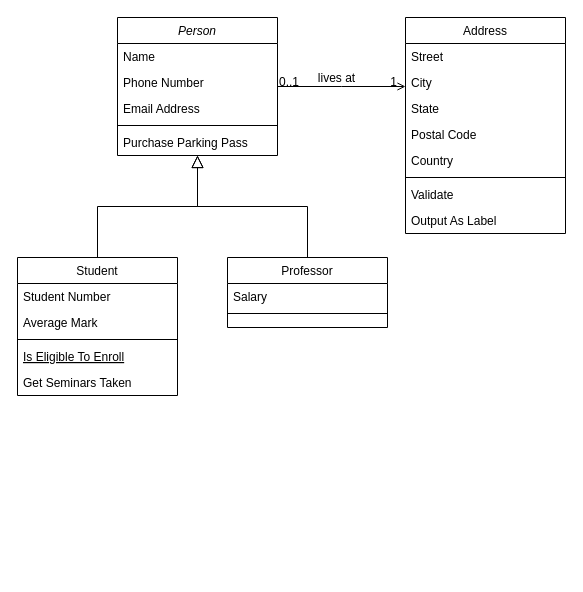
Before: Diagrama sem nome.drawio in talls2/javaCards, a draw.io diagram. Source tidied: cells renumbered, new cells numbered last; positions are measured from the earlier drawing's top-left corner, leaving out a move shared by most shapes. Both pictures are drawn from the tidied source at 100%, with x=0, y=0 at pixel (17, 17).
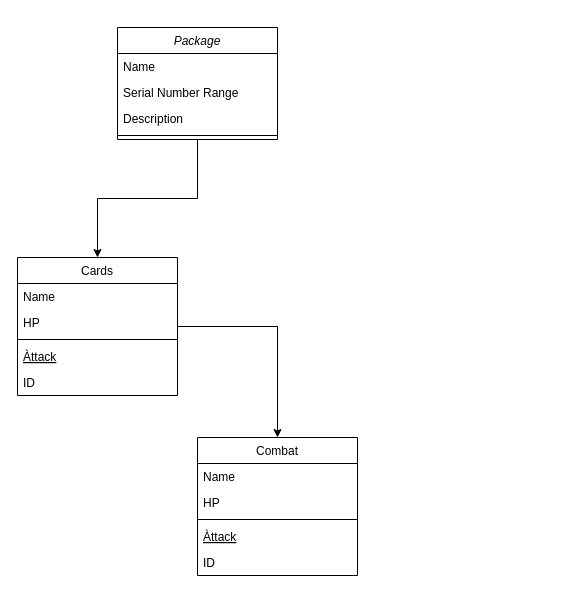
The same page after the edit.

Diff of the diagram source:
```diff
@@
+    <mxCell id="32" style="edgeStyle=orthogonalEdgeStyle;rounded=0;jettySize=auto;html=1;exitX=0.5;exitY=1;exitDx=0;exitDy=0;entryX=0.5;entryY=0;entryDx=0;entryDy=0;" parent="1" edge="1" source="2" target="8">
+      <mxGeometry relative="1" as="geometry" />
+    </mxCell>
-    <mxCell id="2" value="Person" style="swimlane;fontStyle=2;align=center;verticalAlign=top;horizontal=1;startSize=26;rounded=0;shadow=0;strokeWidth=1;" parent="1" vertex="1">
-      <mxGeometry x="100" width="160" height="138" as="geometry" />
+    <mxCell id="2" value="Package" style="swimlane;fontStyle=2;align=center;verticalAlign=top;horizontal=1;startSize=26;rounded=0;shadow=0;strokeWidth=1;" parent="1" vertex="1">
+      <mxGeometry x="100" y="10" width="160" height="112" as="geometry" />
     </mxCell>
@@
-    <mxCell id="4" value="Phone Number" style="text;align=left;verticalAlign=top;spacingLeft=4;spacingRight=4;overflow=hidden;rounded=0;shadow=0;html=0;" parent="2" vertex="1">
+    <mxCell id="4" value="Serial Number Range &#10;" style="text;align=left;verticalAlign=top;spacingLeft=4;spacingRight=4;overflow=hidden;rounded=0;shadow=0;html=0;" parent="2" vertex="1">
       <mxGeometry y="52" width="160" height="26" as="geometry" />
     </mxCell>
-    <mxCell id="5" value="Email Address" style="text;align=left;verticalAlign=top;spacingLeft=4;spacingRight=4;overflow=hidden;rounded=0;shadow=0;html=0;" parent="2" vertex="1">
+    <mxCell id="5" value="Description&#10;" style="text;align=left;verticalAlign=top;spacingLeft=4;spacingRight=4;overflow=hidden;rounded=0;shadow=0;html=0;" parent="2" vertex="1">
       <mxGeometry y="78" width="160" height="26" as="geometry" />
     </mxCell>
@@
-    <mxCell id="7" value="Purchase Parking Pass" style="text;align=left;verticalAlign=top;spacingLeft=4;spacingRight=4;overflow=hidden;" parent="2" vertex="1">
-      <mxGeometry y="112" width="160" height="26" as="geometry" />
-    </mxCell>
+    <mxCell id="33" style="edgeStyle=orthogonalEdgeStyle;rounded=0;jettySize=auto;html=1;" parent="1" edge="1" source="8" target="34">
+      <mxGeometry relative="1" as="geometry" />
+    </mxCell>
-    <mxCell id="8" value="Student" style="swimlane;fontStyle=0;align=center;verticalAlign=top;horizontal=1;startSize=26;rounded=0;shadow=0;strokeWidth=1;" parent="1" vertex="1">
+    <mxCell id="8" value="Cards&#10;" style="swimlane;fontStyle=0;align=center;verticalAlign=top;horizontal=1;startSize=26;rounded=0;shadow=0;strokeWidth=1;" parent="1" vertex="1">
       <mxGeometry y="240" width="160" height="138" as="geometry" />
     </mxCell>
-    <mxCell id="9" value="Student Number" style="text;align=left;verticalAlign=top;spacingLeft=4;spacingRight=4;overflow=hidden;" parent="8" vertex="1">
+    <mxCell id="9" value="Name" style="text;align=left;verticalAlign=top;spacingLeft=4;spacingRight=4;overflow=hidden;" parent="8" vertex="1">
       <mxGeometry y="26" width="160" height="26" as="geometry" />
     </mxCell>
-    <mxCell id="10" value="Average Mark" style="text;align=left;verticalAlign=top;spacingLeft=4;spacingRight=4;overflow=hidden;rounded=0;shadow=0;html=0;" parent="8" vertex="1">
+    <mxCell id="10" value="HP" style="text;align=left;verticalAlign=top;spacingLeft=4;spacingRight=4;overflow=hidden;rounded=0;shadow=0;html=0;" parent="8" vertex="1">
       <mxGeometry y="52" width="160" height="26" as="geometry" />
     </mxCell>
@@
-    <mxCell id="12" value="Is Eligible To Enroll" style="text;align=left;verticalAlign=top;spacingLeft=4;spacingRight=4;overflow=hidden;fontStyle=4;" parent="8" vertex="1">
+    <mxCell id="12" value="Àttack" style="text;align=left;verticalAlign=top;spacingLeft=4;spacingRight=4;overflow=hidden;fontStyle=4;" parent="8" vertex="1">
       <mxGeometry y="86" width="160" height="26" as="geometry" />
     </mxCell>
-    <mxCell id="13" value="Get Seminars Taken" style="text;align=left;verticalAlign=top;spacingLeft=4;spacingRight=4;overflow=hidden;" parent="8" vertex="1">
+    <mxCell id="13" value="ID" style="text;align=left;verticalAlign=top;spacingLeft=4;spacingRight=4;overflow=hidden;" parent="8" vertex="1">
       <mxGeometry y="112" width="160" height="26" as="geometry" />
     </mxCell>
-    <mxCell id="14" style="endArrow=block;endSize=10;endFill=0;shadow=0;strokeWidth=1;rounded=0;edgeStyle=elbowEdgeStyle;elbow=vertical;" parent="1" edge="1" source="8" target="2">
-      <mxGeometry relative="1" as="geometry" />
-    </mxCell>
-    <mxCell id="15" value="Professor" style="swimlane;fontStyle=0;align=center;verticalAlign=top;horizontal=1;startSize=26;rounded=0;shadow=0;strokeWidth=1;" parent="1" vertex="1">
-      <mxGeometry x="210" y="240" width="160" height="70" as="geometry" />
-    </mxCell>
-    <mxCell id="16" value="Salary" style="text;align=left;verticalAlign=top;spacingLeft=4;spacingRight=4;overflow=hidden;" parent="15" vertex="1">
-      <mxGeometry y="26" width="160" height="26" as="geometry" />
-    </mxCell>
-    <mxCell id="17" style="line;html=1;strokeWidth=1;align=left;verticalAlign=middle;spacingTop=-1;spacingLeft=3;spacingRight=3;labelPosition=right;" parent="15" vertex="1">
-      <mxGeometry y="52" width="160" height="8" as="geometry" />
-    </mxCell>
-    <mxCell id="18" style="endArrow=block;endSize=10;endFill=0;shadow=0;strokeWidth=1;rounded=0;edgeStyle=elbowEdgeStyle;elbow=vertical;" parent="1" edge="1" source="15" target="2">
-      <mxGeometry relative="1" as="geometry" />
-    </mxCell>
-    <mxCell id="19" value="Address" style="swimlane;fontStyle=0;align=center;verticalAlign=top;horizontal=1;startSize=26;rounded=0;shadow=0;strokeWidth=1;" parent="1" vertex="1">
-      <mxGeometry x="388" width="160" height="216" as="geometry" />
-    </mxCell>
-    <mxCell id="20" value="Street" style="text;align=left;verticalAlign=top;spacingLeft=4;spacingRight=4;overflow=hidden;" parent="19" vertex="1">
-      <mxGeometry y="26" width="160" height="26" as="geometry" />
-    </mxCell>
-    <mxCell id="21" value="City" style="text;align=left;verticalAlign=top;spacingLeft=4;spacingRight=4;overflow=hidden;rounded=0;shadow=0;html=0;" parent="19" vertex="1">
-      <mxGeometry y="52" width="160" height="26" as="geometry" />
-    </mxCell>
-    <mxCell id="22" value="State" style="text;align=left;verticalAlign=top;spacingLeft=4;spacingRight=4;overflow=hidden;rounded=0;shadow=0;html=0;" parent="19" vertex="1">
-      <mxGeometry y="78" width="160" height="26" as="geometry" />
-    </mxCell>
-    <mxCell id="23" value="Postal Code" style="text;align=left;verticalAlign=top;spacingLeft=4;spacingRight=4;overflow=hidden;rounded=0;shadow=0;html=0;" parent="19" vertex="1">
-      <mxGeometry y="104" width="160" height="26" as="geometry" />
-    </mxCell>
-    <mxCell id="24" value="Country" style="text;align=left;verticalAlign=top;spacingLeft=4;spacingRight=4;overflow=hidden;rounded=0;shadow=0;html=0;" parent="19" vertex="1">
-      <mxGeometry y="130" width="160" height="26" as="geometry" />
-    </mxCell>
-    <mxCell id="25" style="line;html=1;strokeWidth=1;align=left;verticalAlign=middle;spacingTop=-1;spacingLeft=3;spacingRight=3;labelPosition=right;" parent="19" vertex="1">
-      <mxGeometry y="156" width="160" height="8" as="geometry" />
-    </mxCell>
-    <mxCell id="26" value="Validate" style="text;align=left;verticalAlign=top;spacingLeft=4;spacingRight=4;overflow=hidden;" parent="19" vertex="1">
-      <mxGeometry y="164" width="160" height="26" as="geometry" />
-    </mxCell>
-    <mxCell id="27" value="Output As Label" style="text;align=left;verticalAlign=top;spacingLeft=4;spacingRight=4;overflow=hidden;" parent="19" vertex="1">
-      <mxGeometry y="190" width="160" height="26" as="geometry" />
-    </mxCell>
-    <mxCell id="28" style="endArrow=open;shadow=0;strokeWidth=1;rounded=0;endFill=1;edgeStyle=elbowEdgeStyle;elbow=vertical;" parent="1" edge="1" source="2" target="19">
-      <mxGeometry x="0.5" y="41" relative="1" as="geometry">
-        <mxPoint x="-40" y="32" as="offset" />
-      </mxGeometry>
-    </mxCell>
-    <mxCell id="29" value="0..1" style="align=left;verticalAlign=bottom;labelBackgroundColor=none;fontSize=12;" parent="28" vertex="1">
-      <mxGeometry x="-1" relative="1" as="geometry">
-        <mxPoint y="4" as="offset" />
-      </mxGeometry>
-    </mxCell>
-    <mxCell id="30" value="1" style="align=right;verticalAlign=bottom;labelBackgroundColor=none;fontSize=12;" parent="28" vertex="1">
-      <mxGeometry x="1" relative="1" as="geometry">
-        <mxPoint x="-7" y="4" as="offset" />
-      </mxGeometry>
-    </mxCell>
-    <mxCell id="31" value="lives at" style="text;html=1;align=center;verticalAlign=middle;labelBackgroundColor=none;rounded=0;shadow=0;strokeWidth=1;fontSize=12;" parent="28" vertex="1">
-      <mxGeometry x="0.5" y="49" relative="1" as="geometry">
-        <mxPoint x="-38" y="40" as="offset" />
-      </mxGeometry>
-    </mxCell>
+    <mxCell id="34" value="Combat" style="swimlane;fontStyle=0;align=center;verticalAlign=top;horizontal=1;startSize=26;rounded=0;shadow=0;strokeWidth=1;" parent="1" vertex="1">
+      <mxGeometry x="180" y="420" width="160" height="138" as="geometry" />
+    </mxCell>
+    <mxCell id="35" value="Name" style="text;align=left;verticalAlign=top;spacingLeft=4;spacingRight=4;overflow=hidden;" parent="34" vertex="1">
+      <mxGeometry y="26" width="160" height="26" as="geometry" />
+    </mxCell>
+    <mxCell id="36" value="HP" style="text;align=left;verticalAlign=top;spacingLeft=4;spacingRight=4;overflow=hidden;rounded=0;shadow=0;html=0;" parent="34" vertex="1">
+      <mxGeometry y="52" width="160" height="26" as="geometry" />
+    </mxCell>
+    <mxCell id="37" style="line;html=1;strokeWidth=1;align=left;verticalAlign=middle;spacingTop=-1;spacingLeft=3;spacingRight=3;labelPosition=right;" parent="34" vertex="1">
+      <mxGeometry y="78" width="160" height="8" as="geometry" />
+    </mxCell>
+    <mxCell id="38" value="Àttack" style="text;align=left;verticalAlign=top;spacingLeft=4;spacingRight=4;overflow=hidden;fontStyle=4;" parent="34" vertex="1">
+      <mxGeometry y="86" width="160" height="26" as="geometry" />
+    </mxCell>
+    <mxCell id="39" value="ID" style="text;align=left;verticalAlign=top;spacingLeft=4;spacingRight=4;overflow=hidden;" parent="34" vertex="1">
+      <mxGeometry y="112" width="160" height="26" as="geometry" />
+    </mxCell>
```
